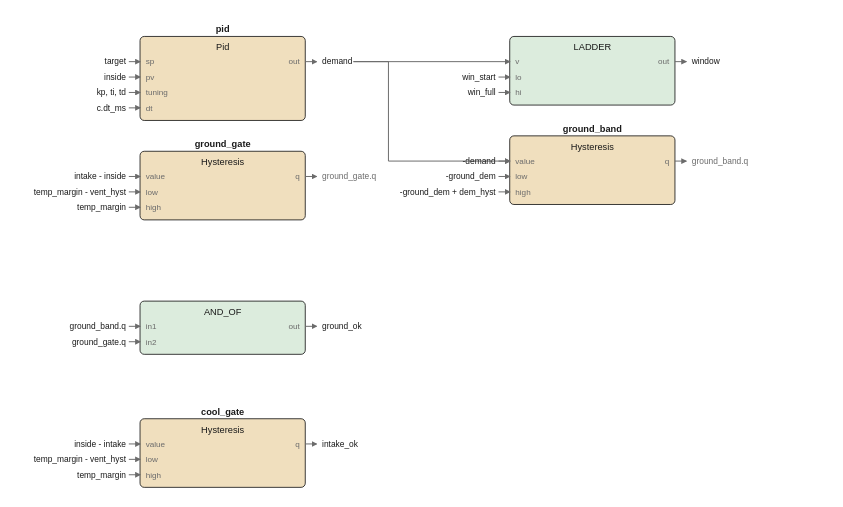
Before: images/logic/cooling_fbd.drawio.svg, a diagram exported from draw.io (pstch/botanik2). Source tidied: cells renumbered, new cells last; positions are measured from the earlier drawing's top-left corner, leaving out a move shared by most shapes.
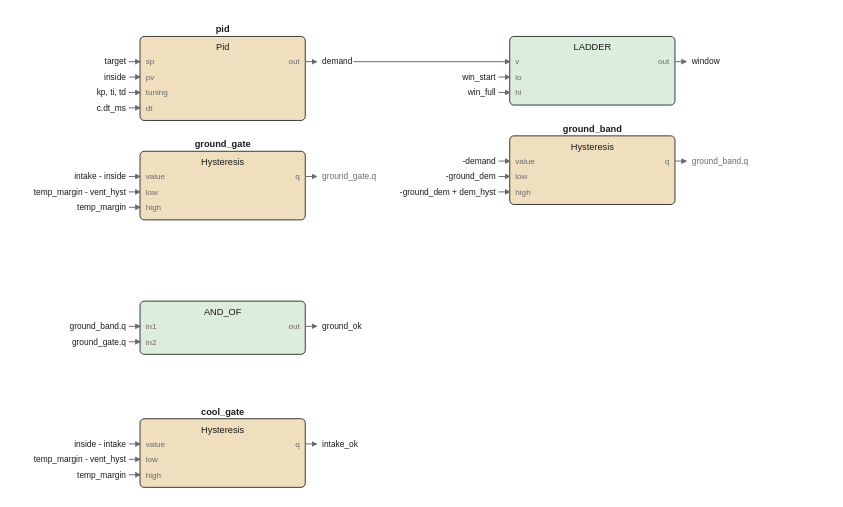
The same diagram one commit later.

Change to the diagram source:
```diff
@@ -182,168 +182,158 @@
         <mxPoint x="274" y="28" as="targetPoint" />
       </mxGeometry>
     </mxCell>
-    <mxCell id="55" style="edgeStyle=none;html=1;strokeColor=#6b6b6b;endArrow=block;" parent="1" edge="1">
-      <mxGeometry relative="1" as="geometry">
-        <mxPoint x="162.4" y="28" as="sourcePoint" />
-        <mxPoint x="274" y="99" as="targetPoint" />
-        <Array as="points">
-          <mxPoint x="187.4" y="28" />
-          <mxPoint x="187.4" y="99" />
-        </Array>
-      </mxGeometry>
-    </mxCell>
     <mxCell id="56" value="target" style="text;html=1;fontSize=6;fontColor=#1a1a1a;align=left;" parent="1" vertex="1">
       <mxGeometry y="24" width="40" height="10" as="geometry" />
     </mxCell>
-    <mxCell id="57" style="edgeStyle=none;html=1;strokeColor=#6b6b6b;endArrow=block;" parent="1" edge="1">
-      <mxGeometry relative="1" as="geometry">
-        <mxPoint x="2" y="28" as="sourcePoint" />
-        <mxPoint x="10" y="28" as="targetPoint" />
-      </mxGeometry>
-    </mxCell>
+    <mxCell id="90" style="edgeStyle=none;html=1;strokeColor=#6b6b6b;endArrow=block;" parent="1" edge="1">
+      <mxGeometry relative="1" as="geometry">
+        <mxPoint x="2" y="28" as="sourcePoint" />
+        <mxPoint x="10" y="28" as="targetPoint" />
+      </mxGeometry>
+    </mxCell>
     <mxCell id="58" value="inside" style="text;html=1;fontSize=6;fontColor=#1a1a1a;align=left;" parent="1" vertex="1">
       <mxGeometry y="35" width="40" height="10" as="geometry" />
     </mxCell>
-    <mxCell id="59" style="edgeStyle=none;html=1;strokeColor=#6b6b6b;endArrow=block;" parent="1" edge="1">
-      <mxGeometry relative="1" as="geometry">
-        <mxPoint x="2" y="39" as="sourcePoint" />
-        <mxPoint x="10" y="39" as="targetPoint" />
-      </mxGeometry>
-    </mxCell>
+    <mxCell id="91" style="edgeStyle=none;html=1;strokeColor=#6b6b6b;endArrow=block;" parent="1" edge="1">
+      <mxGeometry relative="1" as="geometry">
+        <mxPoint x="2" y="39" as="sourcePoint" />
+        <mxPoint x="10" y="39" as="targetPoint" />
+      </mxGeometry>
+    </mxCell>
     <mxCell id="60" value="kp, ti, td" style="text;html=1;fontSize=6;fontColor=#1a1a1a;align=left;" parent="1" vertex="1">
       <mxGeometry y="46" width="50" height="10" as="geometry" />
     </mxCell>
-    <mxCell id="61" style="edgeStyle=none;html=1;strokeColor=#6b6b6b;endArrow=block;" parent="1" edge="1">
-      <mxGeometry relative="1" as="geometry">
-        <mxPoint x="2" y="50" as="sourcePoint" />
-        <mxPoint x="10" y="50" as="targetPoint" />
-      </mxGeometry>
-    </mxCell>
+    <mxCell id="92" style="edgeStyle=none;html=1;strokeColor=#6b6b6b;endArrow=block;" parent="1" edge="1">
+      <mxGeometry relative="1" as="geometry">
+        <mxPoint x="2" y="50" as="sourcePoint" />
+        <mxPoint x="10" y="50" as="targetPoint" />
+      </mxGeometry>
+    </mxCell>
     <mxCell id="62" value="c.dt_ms" style="text;html=1;fontSize=6;fontColor=#1a1a1a;align=left;" parent="1" vertex="1">
       <mxGeometry y="57" width="40" height="10" as="geometry" />
     </mxCell>
-    <mxCell id="63" style="edgeStyle=none;html=1;strokeColor=#6b6b6b;endArrow=block;" parent="1" edge="1">
-      <mxGeometry relative="1" as="geometry">
-        <mxPoint x="2" y="61" as="sourcePoint" />
-        <mxPoint x="10" y="61" as="targetPoint" />
-      </mxGeometry>
-    </mxCell>
+    <mxCell id="93" style="edgeStyle=none;html=1;strokeColor=#6b6b6b;endArrow=block;" parent="1" edge="1">
+      <mxGeometry relative="1" as="geometry">
+        <mxPoint x="2" y="61" as="sourcePoint" />
+        <mxPoint x="10" y="61" as="targetPoint" />
+      </mxGeometry>
+    </mxCell>
     <mxCell id="64" value="win_start" style="text;html=1;fontSize=6;fontColor=#1a1a1a;align=left;" parent="1" vertex="1">
       <mxGeometry x="264" y="35" width="45" height="10" as="geometry" />
     </mxCell>
-    <mxCell id="65" style="edgeStyle=none;html=1;strokeColor=#6b6b6b;endArrow=block;" parent="1" edge="1">
-      <mxGeometry relative="1" as="geometry">
-        <mxPoint x="266" y="39" as="sourcePoint" />
-        <mxPoint x="274" y="39" as="targetPoint" />
-      </mxGeometry>
-    </mxCell>
+    <mxCell id="94" style="edgeStyle=none;html=1;strokeColor=#6b6b6b;endArrow=block;" parent="1" edge="1">
+      <mxGeometry relative="1" as="geometry">
+        <mxPoint x="266" y="39" as="sourcePoint" />
+        <mxPoint x="274" y="39" as="targetPoint" />
+      </mxGeometry>
+    </mxCell>
     <mxCell id="66" value="win_full" style="text;html=1;fontSize=6;fontColor=#1a1a1a;align=left;" parent="1" vertex="1">
       <mxGeometry x="264" y="46" width="40" height="10" as="geometry" />
     </mxCell>
-    <mxCell id="67" style="edgeStyle=none;html=1;strokeColor=#6b6b6b;endArrow=block;" parent="1" edge="1">
-      <mxGeometry relative="1" as="geometry">
-        <mxPoint x="266" y="50" as="sourcePoint" />
-        <mxPoint x="274" y="50" as="targetPoint" />
-      </mxGeometry>
-    </mxCell>
+    <mxCell id="95" style="edgeStyle=none;html=1;strokeColor=#6b6b6b;endArrow=block;" parent="1" edge="1">
+      <mxGeometry relative="1" as="geometry">
+        <mxPoint x="266" y="50" as="sourcePoint" />
+        <mxPoint x="274" y="50" as="targetPoint" />
+      </mxGeometry>
+    </mxCell>
     <mxCell id="68" value="inside - intake" style="text;html=1;fontSize=6;fontColor=#1a1a1a;align=left;" parent="1" vertex="1">
       <mxGeometry y="297" width="75" height="10" as="geometry" />
     </mxCell>
-    <mxCell id="69" style="edgeStyle=none;html=1;strokeColor=#6b6b6b;endArrow=block;" parent="1" edge="1">
-      <mxGeometry relative="1" as="geometry">
-        <mxPoint x="2" y="301" as="sourcePoint" />
-        <mxPoint x="10" y="301" as="targetPoint" />
-      </mxGeometry>
-    </mxCell>
+    <mxCell id="96" style="edgeStyle=none;html=1;strokeColor=#6b6b6b;endArrow=block;" parent="1" edge="1">
+      <mxGeometry relative="1" as="geometry">
+        <mxPoint x="2" y="301" as="sourcePoint" />
+        <mxPoint x="10" y="301" as="targetPoint" />
+      </mxGeometry>
+    </mxCell>
     <mxCell id="70" value="temp_margin - vent_hyst" style="text;html=1;fontSize=6;fontColor=#1a1a1a;align=left;" parent="1" vertex="1">
       <mxGeometry y="308" width="115" height="10" as="geometry" />
     </mxCell>
-    <mxCell id="71" style="edgeStyle=none;html=1;strokeColor=#6b6b6b;endArrow=block;" parent="1" edge="1">
-      <mxGeometry relative="1" as="geometry">
-        <mxPoint x="2" y="312" as="sourcePoint" />
-        <mxPoint x="10" y="312" as="targetPoint" />
-      </mxGeometry>
-    </mxCell>
+    <mxCell id="97" style="edgeStyle=none;html=1;strokeColor=#6b6b6b;endArrow=block;" parent="1" edge="1">
+      <mxGeometry relative="1" as="geometry">
+        <mxPoint x="2" y="312" as="sourcePoint" />
+        <mxPoint x="10" y="312" as="targetPoint" />
+      </mxGeometry>
+    </mxCell>
     <mxCell id="72" value="temp_margin" style="text;html=1;fontSize=6;fontColor=#1a1a1a;align=left;" parent="1" vertex="1">
       <mxGeometry y="319" width="55" height="10" as="geometry" />
     </mxCell>
-    <mxCell id="73" style="edgeStyle=none;html=1;strokeColor=#6b6b6b;endArrow=block;" parent="1" edge="1">
-      <mxGeometry relative="1" as="geometry">
-        <mxPoint x="2" y="323" as="sourcePoint" />
-        <mxPoint x="10" y="323" as="targetPoint" />
-      </mxGeometry>
-    </mxCell>
+    <mxCell id="98" style="edgeStyle=none;html=1;strokeColor=#6b6b6b;endArrow=block;" parent="1" edge="1">
+      <mxGeometry relative="1" as="geometry">
+        <mxPoint x="2" y="323" as="sourcePoint" />
+        <mxPoint x="10" y="323" as="targetPoint" />
+      </mxGeometry>
+    </mxCell>
     <mxCell id="74" value="-demand" style="text;html=1;fontSize=6;fontColor=#1a1a1a;align=left;" parent="1" vertex="1">
       <mxGeometry x="264" y="95" width="40" height="10" as="geometry" />
     </mxCell>
-    <mxCell id="75" style="edgeStyle=none;html=1;strokeColor=#6b6b6b;endArrow=block;" parent="1" edge="1">
-      <mxGeometry relative="1" as="geometry">
-        <mxPoint x="266" y="99" as="sourcePoint" />
-        <mxPoint x="274" y="99" as="targetPoint" />
-      </mxGeometry>
-    </mxCell>
+    <mxCell id="99" style="edgeStyle=none;html=1;strokeColor=#6b6b6b;endArrow=block;" parent="1" edge="1">
+      <mxGeometry relative="1" as="geometry">
+        <mxPoint x="266" y="99" as="sourcePoint" />
+        <mxPoint x="274" y="99" as="targetPoint" />
+      </mxGeometry>
+    </mxCell>
     <mxCell id="76" value="-ground_dem" style="text;html=1;fontSize=6;fontColor=#1a1a1a;align=left;" parent="1" vertex="1">
       <mxGeometry x="264" y="106" width="55" height="10" as="geometry" />
     </mxCell>
-    <mxCell id="77" style="edgeStyle=none;html=1;strokeColor=#6b6b6b;endArrow=block;" parent="1" edge="1">
-      <mxGeometry relative="1" as="geometry">
-        <mxPoint x="266" y="110" as="sourcePoint" />
-        <mxPoint x="274" y="110" as="targetPoint" />
-      </mxGeometry>
-    </mxCell>
+    <mxCell id="100" style="edgeStyle=none;html=1;strokeColor=#6b6b6b;endArrow=block;" parent="1" edge="1">
+      <mxGeometry relative="1" as="geometry">
+        <mxPoint x="266" y="110" as="sourcePoint" />
+        <mxPoint x="274" y="110" as="targetPoint" />
+      </mxGeometry>
+    </mxCell>
     <mxCell id="78" value="-ground_dem + dem_hyst" style="text;html=1;fontSize=6;fontColor=#1a1a1a;align=left;" parent="1" vertex="1">
       <mxGeometry x="264" y="117" width="110" height="10" as="geometry" />
     </mxCell>
-    <mxCell id="79" style="edgeStyle=none;html=1;strokeColor=#6b6b6b;endArrow=block;" parent="1" edge="1">
-      <mxGeometry relative="1" as="geometry">
-        <mxPoint x="266" y="121" as="sourcePoint" />
-        <mxPoint x="274" y="121" as="targetPoint" />
-      </mxGeometry>
-    </mxCell>
+    <mxCell id="101" style="edgeStyle=none;html=1;strokeColor=#6b6b6b;endArrow=block;" parent="1" edge="1">
+      <mxGeometry relative="1" as="geometry">
+        <mxPoint x="266" y="121" as="sourcePoint" />
+        <mxPoint x="274" y="121" as="targetPoint" />
+      </mxGeometry>
+    </mxCell>
     <mxCell id="80" value="intake - inside" style="text;html=1;fontSize=6;fontColor=#1a1a1a;align=left;" parent="1" vertex="1">
       <mxGeometry y="106" width="75" height="10" as="geometry" />
     </mxCell>
-    <mxCell id="81" style="edgeStyle=none;html=1;strokeColor=#6b6b6b;endArrow=block;" parent="1" edge="1">
-      <mxGeometry relative="1" as="geometry">
-        <mxPoint x="2" y="110" as="sourcePoint" />
-        <mxPoint x="10" y="110" as="targetPoint" />
-      </mxGeometry>
-    </mxCell>
+    <mxCell id="102" style="edgeStyle=none;html=1;strokeColor=#6b6b6b;endArrow=block;" parent="1" edge="1">
+      <mxGeometry relative="1" as="geometry">
+        <mxPoint x="2" y="110" as="sourcePoint" />
+        <mxPoint x="10" y="110" as="targetPoint" />
+      </mxGeometry>
+    </mxCell>
     <mxCell id="82" value="temp_margin - vent_hyst" style="text;html=1;fontSize=6;fontColor=#1a1a1a;align=left;" parent="1" vertex="1">
       <mxGeometry y="117" width="115" height="10" as="geometry" />
     </mxCell>
-    <mxCell id="83" style="edgeStyle=none;html=1;strokeColor=#6b6b6b;endArrow=block;" parent="1" edge="1">
-      <mxGeometry relative="1" as="geometry">
-        <mxPoint x="2" y="121" as="sourcePoint" />
-        <mxPoint x="10" y="121" as="targetPoint" />
-      </mxGeometry>
-    </mxCell>
+    <mxCell id="103" style="edgeStyle=none;html=1;strokeColor=#6b6b6b;endArrow=block;" parent="1" edge="1">
+      <mxGeometry relative="1" as="geometry">
+        <mxPoint x="2" y="121" as="sourcePoint" />
+        <mxPoint x="10" y="121" as="targetPoint" />
+      </mxGeometry>
+    </mxCell>
     <mxCell id="84" value="temp_margin" style="text;html=1;fontSize=6;fontColor=#1a1a1a;align=left;" parent="1" vertex="1">
       <mxGeometry y="128" width="55" height="10" as="geometry" />
     </mxCell>
-    <mxCell id="85" style="edgeStyle=none;html=1;strokeColor=#6b6b6b;endArrow=block;" parent="1" edge="1">
-      <mxGeometry relative="1" as="geometry">
-        <mxPoint x="2" y="132" as="sourcePoint" />
-        <mxPoint x="10" y="132" as="targetPoint" />
-      </mxGeometry>
-    </mxCell>
+    <mxCell id="104" style="edgeStyle=none;html=1;strokeColor=#6b6b6b;endArrow=block;" parent="1" edge="1">
+      <mxGeometry relative="1" as="geometry">
+        <mxPoint x="2" y="132" as="sourcePoint" />
+        <mxPoint x="10" y="132" as="targetPoint" />
+      </mxGeometry>
+    </mxCell>
     <mxCell id="86" value="ground_band.q" style="text;html=1;fontSize=6;fontColor=#1a1a1a;align=left;" parent="1" vertex="1">
       <mxGeometry y="213" width="65" height="10" as="geometry" />
     </mxCell>
-    <mxCell id="87" style="edgeStyle=none;html=1;strokeColor=#6b6b6b;endArrow=block;" parent="1" edge="1">
-      <mxGeometry relative="1" as="geometry">
-        <mxPoint x="2" y="217" as="sourcePoint" />
-        <mxPoint x="10" y="217" as="targetPoint" />
-      </mxGeometry>
-    </mxCell>
+    <mxCell id="105" style="edgeStyle=none;html=1;strokeColor=#6b6b6b;endArrow=block;" parent="1" edge="1">
+      <mxGeometry relative="1" as="geometry">
+        <mxPoint x="2" y="217" as="sourcePoint" />
+        <mxPoint x="10" y="217" as="targetPoint" />
+      </mxGeometry>
+    </mxCell>
     <mxCell id="88" value="ground_gate.q" style="text;html=1;fontSize=6;fontColor=#1a1a1a;align=left;" parent="1" vertex="1">
       <mxGeometry y="224" width="65" height="10" as="geometry" />
     </mxCell>
-    <mxCell id="89" style="edgeStyle=none;html=1;strokeColor=#6b6b6b;endArrow=block;" parent="1" edge="1">
-      <mxGeometry relative="1" as="geometry">
-        <mxPoint x="2" y="228" as="sourcePoint" />
-        <mxPoint x="10" y="228" as="targetPoint" />
-      </mxGeometry>
-    </mxCell>
+    <mxCell id="106" style="edgeStyle=none;html=1;strokeColor=#6b6b6b;endArrow=block;" parent="1" edge="1">
+      <mxGeometry relative="1" as="geometry">
+        <mxPoint x="2" y="228" as="sourcePoint" />
+        <mxPoint x="10" y="228" as="targetPoint" />
+      </mxGeometry>
+    </mxCell>
   </root>
 </mxGraphModel>
```
